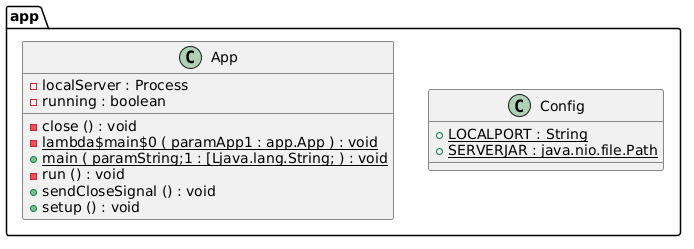
Before: Documentatie/generated-docs/classdiagram.png, a diagram exported from PlantUML (asmarahimi246-tech/Project-Intelligente-System-I).
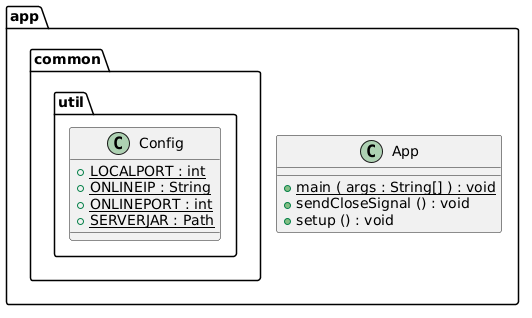
The same diagram one commit later.

Commit message:
uml diagram in de readme

The edit, as a diff of the source:
```diff
@@ -1,18 +1,15 @@
 @startuml
 class app.App {
-	{field} -localServer : Process
-	{field} -running : boolean
-	{method} -close () : void
-	{method}  {static} -lambda$main$0 ( paramApp1 : app.App ) : void
-	{method}  {static} +main ( paramString;1 : [Ljava.lang.String; ) : void
-	{method} -run () : void
+	{method}  {static} +main ( args : String[] ) : void
 	{method} +sendCloseSignal () : void
 	{method} +setup () : void
 }
 
 
-class app.Config {
-	{field} {static} +LOCALPORT : String
-	{field} {static} +SERVERJAR : java.nio.file.Path
+class app.common.util.Config {
+	{field} {static} +LOCALPORT : int
+	{field} {static} +ONLINEIP : String
+	{field} {static} +ONLINEPORT : int
+	{field} {static} +SERVERJAR : Path
 }
 @enduml
```
